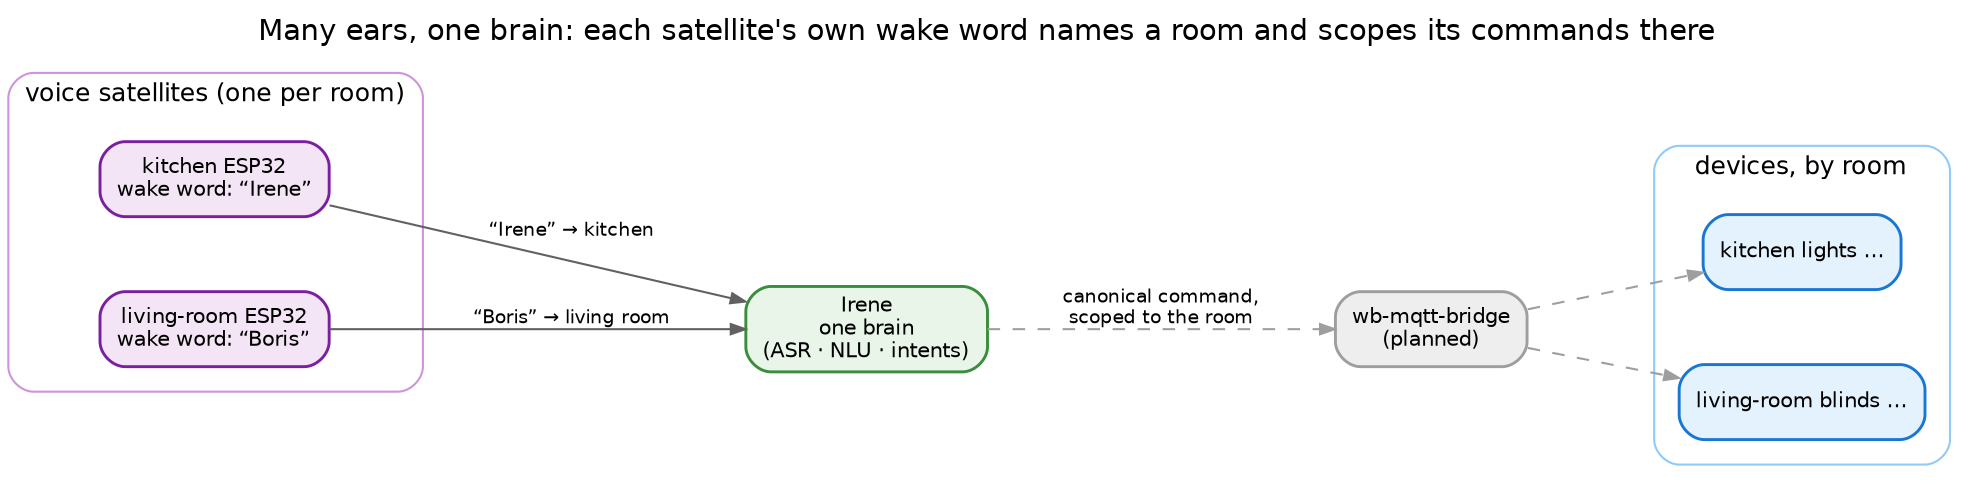
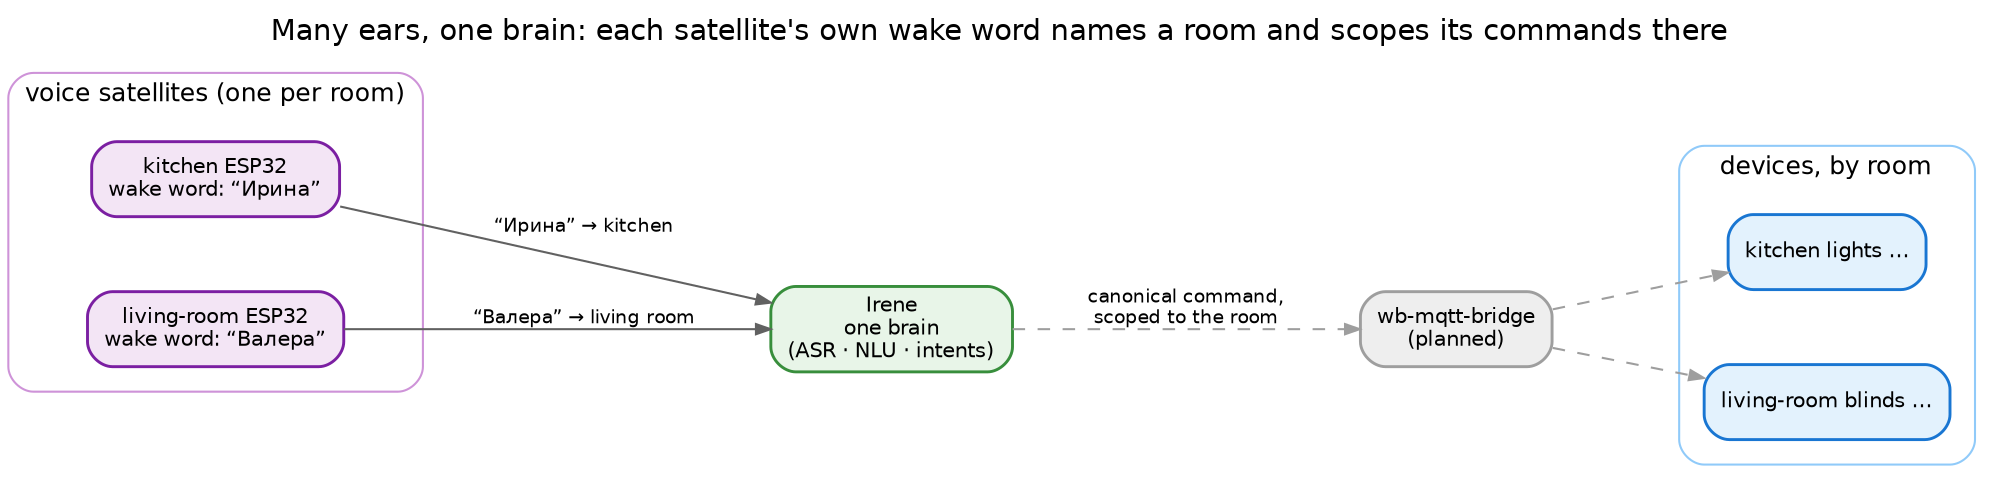
// Irene — how voice satellites fit the picture. Render:
//   dot -Tpng docs/images/esp32-fit.dot -o docs/images/esp32-fit.png
digraph esp32_fit {
  rankdir=LR; bgcolor="white"; splines=spline; nodesep=0.5; ranksep=1.0;
  fontname="Helvetica"; labelloc=t; fontsize=14;
  label="Many ears, one brain: each satellite's own wake word names a room and scopes its commands there";
  node [fontname="Helvetica", fontsize=10, shape=box, style="filled,rounded", penwidth=1.4];
  edge [fontname="Helvetica", fontsize=9, color="#616161", arrowsize=0.7];

  subgraph cluster_sats {
    label="voice satellites (one per room)"; fontsize=12; color="#ce93d8"; style=rounded; margin=12;
-     k [label="kitchen ESP32\nwake word: “Irene”", fillcolor="#f3e5f5", color="#7b1fa2"];
-     b [label="living-room ESP32\nwake word: “Boris”", fillcolor="#f3e5f5", color="#7b1fa2"];
+     k [label="kitchen ESP32\nwake word: “Ирина”", fillcolor="#f3e5f5", color="#7b1fa2"];
+     b [label="living-room ESP32\nwake word: “Валера”", fillcolor="#f3e5f5", color="#7b1fa2"];
  }

  irene  [label="Irene\none brain\n(ASR · NLU · intents)", fillcolor="#e8f5e8", color="#388e3c"];
  bridge [label="wb-mqtt-bridge\n(planned)", fillcolor="#eeeeee", color="#9e9e9e"];

  subgraph cluster_dev {
    label="devices, by room"; fontsize=12; color="#90caf9"; style=rounded; margin=12;
    kd [label="kitchen lights …", fillcolor="#e3f2fd", color="#1976d2"];
    bd [label="living-room blinds …", fillcolor="#e3f2fd", color="#1976d2"];
  }

-   k -> irene [label="“Irene” → kitchen"];
-   b -> irene [label="“Boris” → living room"];
+   k -> irene [label="“Ирина” → kitchen"];
+   b -> irene [label="“Валера” → living room"];
  irene -> bridge [label="canonical command,\nscoped to the room", style=dashed, color="#9e9e9e"];
  bridge -> kd [style=dashed, color="#9e9e9e"];
  bridge -> bd [style=dashed, color="#9e9e9e"];
}
